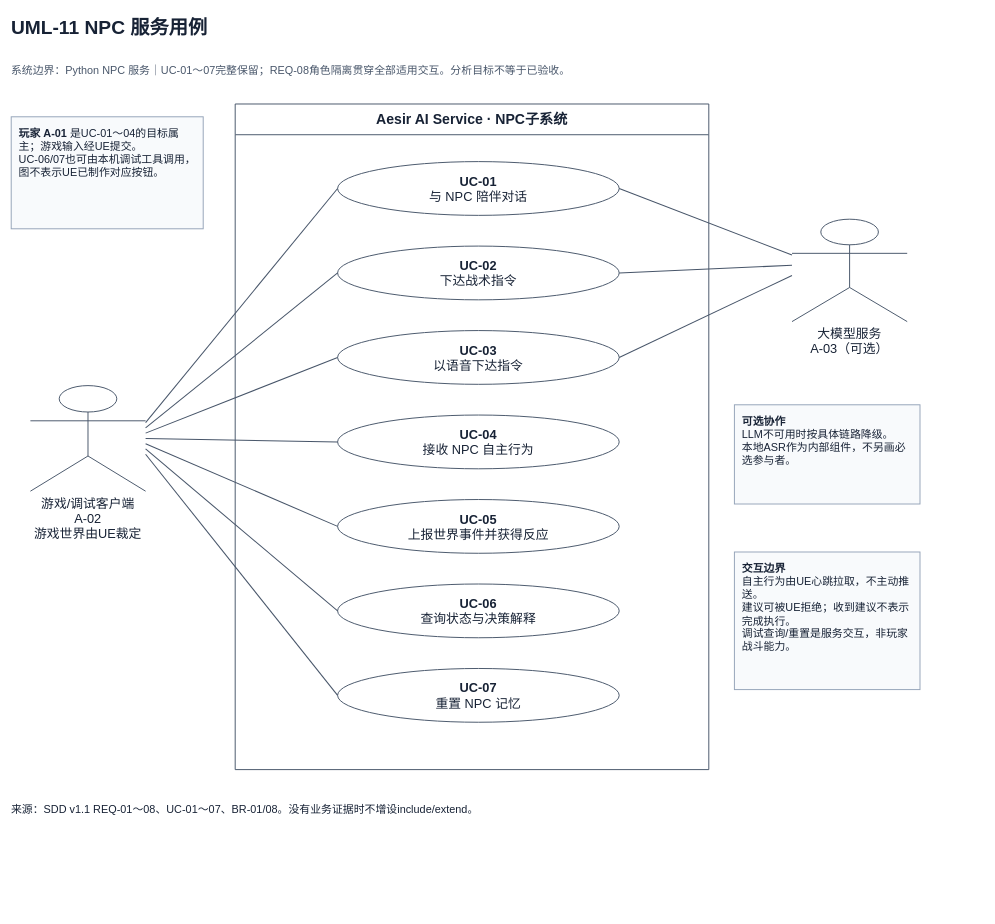
This is docs/design/uml/src/11-npc-service-use-cases.drawio from YYchainsAw/aesir-ai-service, a draw.io file, before an edit. Source tidied: cells renumbered, new cells numbered last; positions are measured from the earlier drawing's top-left corner, leaving out a move shared by most shapes. Both pictures are drawn from the tidied source at 64%, with x=0, y=0 at pixel (11, 11).
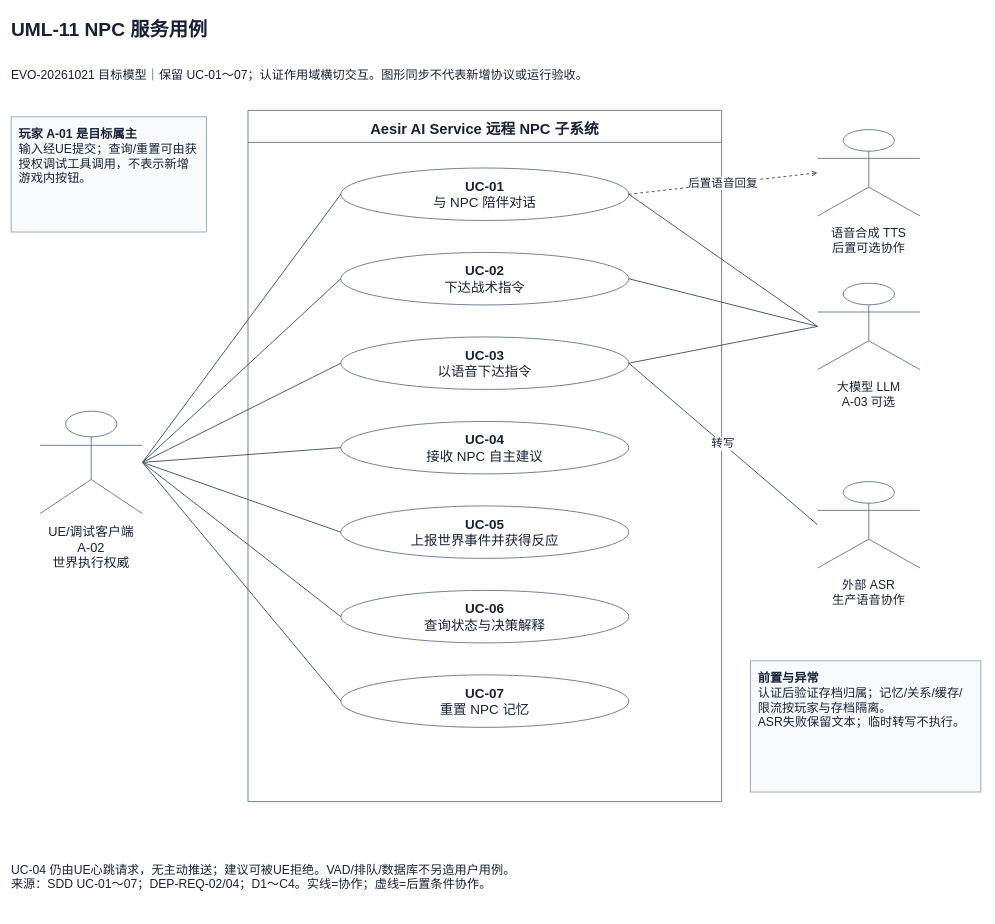
Above is the later version.

Diff of the diagram source:
```diff
@@
-    <mxCell id="2" value="UML-11  NPC 服务用例" style="html=1;whiteSpace=wrap;fontFamily=Microsoft YaHei;fontSize=18;fontColor=#172235;strokeColor=#475569;strokeWidth=1.5;text;strokeColor=none;fillColor=none;align=left;verticalAlign=middle;fontSize=30;fontColor=#172235;fontStyle=1;spacing=0;" parent="1" vertex="1">
-      <mxGeometry width="1420" height="50" as="geometry" />
+    <mxCell id="2" value="&lt;b&gt;UML-11  NPC 服务用例&lt;/b&gt;" style="fontFamily=Microsoft YaHei;fontColor=#172235;html=1;whiteSpace=wrap;fontSize=20;rounded=0;strokeColor=#64748b;strokeWidth=1.4;fillColor=#ffffff;align=left;verticalAlign=top;spacing=12;text;strokeColor=none;fillColor=none;spacing=0;fontSize=30;verticalAlign=middle;" parent="1" vertex="1">
+      <mxGeometry width="1520" height="55" as="geometry" />
     </mxCell>
-    <mxCell id="3" value="系统边界：Python NPC 服务｜UC-01～07完整保留；REQ-08角色隔离贯穿全部适用交互。分析目标不等于已验收。" style="html=1;whiteSpace=wrap;fontFamily=Microsoft YaHei;fontSize=18;fontColor=#172235;strokeColor=#475569;strokeWidth=1.5;text;strokeColor=none;fillColor=none;align=left;verticalAlign=middle;fontSize=17;fontColor=#48566a;fontStyle=0;spacing=0;" parent="1" vertex="1">
-      <mxGeometry y="60" width="1420" height="66" as="geometry" />
+    <mxCell id="3" value="EVO-20261021 目标模型｜保留 UC-01～07；认证作用域横切交互。图形同步不代表新增协议或运行验收。" style="fontFamily=Microsoft YaHei;fontColor=#172235;html=1;whiteSpace=wrap;fontSize=20;rounded=0;strokeColor=#64748b;strokeWidth=1.4;fillColor=#ffffff;align=left;verticalAlign=top;spacing=12;text;strokeColor=none;fillColor=none;spacing=0;fontSize=19;verticalAlign=middle;" parent="1" vertex="1">
+      <mxGeometry y="65" width="1520" height="72" as="geometry" />
     </mxCell>
-    <mxCell id="4" value="Aesir AI Service · NPC子系统" style="html=1;whiteSpace=wrap;fontFamily=Microsoft YaHei;fontSize=18;fontColor=#172235;strokeColor=#475569;strokeWidth=1.5;swimlane;startSize=48;horizontal=1;fillColor=#ffffff;swimlaneFillColor=#ffffff;align=center;fontStyle=1;fontSize=22;" parent="1" vertex="1">
-      <mxGeometry x="350" y="145" width="740" height="1040" as="geometry" />
+    <mxCell id="4" value="&lt;b&gt;Aesir AI Service 远程 NPC 子系统&lt;/b&gt;" style="fontFamily=Microsoft YaHei;fontColor=#172235;html=1;whiteSpace=wrap;fontSize=20;rounded=0;strokeColor=#64748b;strokeWidth=1.4;fillColor=#ffffff;align=left;verticalAlign=top;spacing=12;swimlane;startSize=50;horizontal=1;fillColor=#ffffff;swimlaneFillColor=#ffffff;align=center;fontSize=23;" parent="1" vertex="1">
+      <mxGeometry x="370" y="155" width="740" height="1080" as="geometry" />
     </mxCell>
-    <mxCell id="5" value="游戏/调试客户端&lt;br&gt;A-02&lt;br&gt;游戏世界由UE裁定" style="html=1;whiteSpace=wrap;fontFamily=Microsoft YaHei;fontSize=18;fontColor=#172235;strokeColor=#475569;strokeWidth=1.5;shape=umlActor;verticalLabelPosition=bottom;verticalAlign=top;align=center;fillColor=#ffffff;fontSize=20;" parent="1" vertex="1">
-      <mxGeometry x="30" y="585" width="180" height="165" as="geometry" />
+    <mxCell id="5" value="UE/调试客户端&lt;br&gt;A-02&lt;br&gt;世界执行权威" style="fontFamily=Microsoft YaHei;fontColor=#172235;html=1;whiteSpace=wrap;fontSize=20;rounded=0;strokeColor=#64748b;strokeWidth=1.4;fillColor=#ffffff;align=left;verticalAlign=top;spacing=12;shape=umlActor;verticalLabelPosition=bottom;verticalAlign=top;align=center;" parent="1" vertex="1">
+      <mxGeometry x="45" y="625" width="160" height="160" as="geometry" />
     </mxCell>
+    <mxCell id="7" value="&lt;b&gt;UC-01&lt;/b&gt;&lt;br&gt;与 NPC 陪伴对话" style="fontFamily=Microsoft YaHei;fontColor=#172235;html=1;whiteSpace=wrap;fontSize=20;rounded=0;strokeColor=#64748b;strokeWidth=1.4;fillColor=#ffffff;align=left;verticalAlign=top;spacing=12;ellipse;align=center;verticalAlign=middle;fontSize=21;" parent="1" vertex="1">
+      <mxGeometry x="515" y="245" width="450" height="82" as="geometry" />
+    </mxCell>
+    <mxCell id="28" style="fontFamily=Microsoft YaHei;fontColor=#172235;html=1;fontSize=18;strokeColor=#475569;strokeWidth=1.5;rounded=0;curved=0;edgeStyle=none;exitX=1;exitY=0.5;entryX=0;entryY=0.5;endArrow=none;endFill=0;labelBackgroundColor=#ffffff;" parent="1" edge="1" source="5" target="7">
+      <mxGeometry relative="1" as="geometry" />
+    </mxCell>
+    <mxCell id="10" value="&lt;b&gt;UC-02&lt;/b&gt;&lt;br&gt;下达战术指令" style="fontFamily=Microsoft YaHei;fontColor=#172235;html=1;whiteSpace=wrap;fontSize=20;rounded=0;strokeColor=#64748b;strokeWidth=1.4;fillColor=#ffffff;align=left;verticalAlign=top;spacing=12;ellipse;align=center;verticalAlign=middle;fontSize=21;" parent="1" vertex="1">
+      <mxGeometry x="515" y="377" width="450" height="82" as="geometry" />
+    </mxCell>
+    <mxCell id="8" style="fontFamily=Microsoft YaHei;fontColor=#172235;html=1;fontSize=18;strokeColor=#475569;strokeWidth=1.5;rounded=0;curved=0;edgeStyle=none;exitX=1;exitY=0.5;entryX=0;entryY=0.5;endArrow=none;endFill=0;labelBackgroundColor=#ffffff;" parent="1" edge="1" source="5" target="10">
+      <mxGeometry relative="1" as="geometry" />
+    </mxCell>
+    <mxCell id="13" value="&lt;b&gt;UC-03&lt;/b&gt;&lt;br&gt;以语音下达指令" style="fontFamily=Microsoft YaHei;fontColor=#172235;html=1;whiteSpace=wrap;fontSize=20;rounded=0;strokeColor=#64748b;strokeWidth=1.4;fillColor=#ffffff;align=left;verticalAlign=top;spacing=12;ellipse;align=center;verticalAlign=middle;fontSize=21;" parent="1" vertex="1">
+      <mxGeometry x="515" y="509" width="450" height="82" as="geometry" />
+    </mxCell>
+    <mxCell id="11" style="fontFamily=Microsoft YaHei;fontColor=#172235;html=1;fontSize=18;strokeColor=#475569;strokeWidth=1.5;rounded=0;curved=0;edgeStyle=none;exitX=1;exitY=0.5;entryX=0;entryY=0.5;endArrow=none;endFill=0;labelBackgroundColor=#ffffff;" parent="1" edge="1" source="5" target="13">
+      <mxGeometry relative="1" as="geometry" />
+    </mxCell>
+    <mxCell id="16" value="&lt;b&gt;UC-04&lt;/b&gt;&lt;br&gt;接收 NPC 自主建议" style="fontFamily=Microsoft YaHei;fontColor=#172235;html=1;whiteSpace=wrap;fontSize=20;rounded=0;strokeColor=#64748b;strokeWidth=1.4;fillColor=#ffffff;align=left;verticalAlign=top;spacing=12;ellipse;align=center;verticalAlign=middle;fontSize=21;" parent="1" vertex="1">
+      <mxGeometry x="515" y="641" width="450" height="82" as="geometry" />
+    </mxCell>
+    <mxCell id="14" style="fontFamily=Microsoft YaHei;fontColor=#172235;html=1;fontSize=18;strokeColor=#475569;strokeWidth=1.5;rounded=0;curved=0;edgeStyle=none;exitX=1;exitY=0.5;entryX=0;entryY=0.5;endArrow=none;endFill=0;labelBackgroundColor=#ffffff;" parent="1" edge="1" source="5" target="16">
+      <mxGeometry relative="1" as="geometry" />
+    </mxCell>
+    <mxCell id="18" value="&lt;b&gt;UC-05&lt;/b&gt;&lt;br&gt;上报世界事件并获得反应" style="fontFamily=Microsoft YaHei;fontColor=#172235;html=1;whiteSpace=wrap;fontSize=20;rounded=0;strokeColor=#64748b;strokeWidth=1.4;fillColor=#ffffff;align=left;verticalAlign=top;spacing=12;ellipse;align=center;verticalAlign=middle;fontSize=21;" parent="1" vertex="1">
+      <mxGeometry x="515" y="773" width="450" height="82" as="geometry" />
+    </mxCell>
+    <mxCell id="17" style="fontFamily=Microsoft YaHei;fontColor=#172235;html=1;fontSize=18;strokeColor=#475569;strokeWidth=1.5;rounded=0;curved=0;edgeStyle=none;exitX=1;exitY=0.5;entryX=0;entryY=0.5;endArrow=none;endFill=0;labelBackgroundColor=#ffffff;" parent="1" edge="1" source="5" target="18">
+      <mxGeometry relative="1" as="geometry" />
+    </mxCell>
+    <mxCell id="20" value="&lt;b&gt;UC-06&lt;/b&gt;&lt;br&gt;查询状态与决策解释" style="fontFamily=Microsoft YaHei;fontColor=#172235;html=1;whiteSpace=wrap;fontSize=20;rounded=0;strokeColor=#64748b;strokeWidth=1.4;fillColor=#ffffff;align=left;verticalAlign=top;spacing=12;ellipse;align=center;verticalAlign=middle;fontSize=21;" parent="1" vertex="1">
+      <mxGeometry x="515" y="905" width="450" height="82" as="geometry" />
+    </mxCell>
+    <mxCell id="19" style="fontFamily=Microsoft YaHei;fontColor=#172235;html=1;fontSize=18;strokeColor=#475569;strokeWidth=1.5;rounded=0;curved=0;edgeStyle=none;exitX=1;exitY=0.5;entryX=0;entryY=0.5;endArrow=none;endFill=0;labelBackgroundColor=#ffffff;" parent="1" edge="1" source="5" target="20">
+      <mxGeometry relative="1" as="geometry" />
+    </mxCell>
+    <mxCell id="22" value="&lt;b&gt;UC-07&lt;/b&gt;&lt;br&gt;重置 NPC 记忆" style="fontFamily=Microsoft YaHei;fontColor=#172235;html=1;whiteSpace=wrap;fontSize=20;rounded=0;strokeColor=#64748b;strokeWidth=1.4;fillColor=#ffffff;align=left;verticalAlign=top;spacing=12;ellipse;align=center;verticalAlign=middle;fontSize=21;" parent="1" vertex="1">
+      <mxGeometry x="515" y="1037" width="450" height="82" as="geometry" />
+    </mxCell>
+    <mxCell id="21" style="fontFamily=Microsoft YaHei;fontColor=#172235;html=1;fontSize=18;strokeColor=#475569;strokeWidth=1.5;rounded=0;curved=0;edgeStyle=none;exitX=1;exitY=0.5;entryX=0;entryY=0.5;endArrow=none;endFill=0;labelBackgroundColor=#ffffff;" parent="1" edge="1" source="5" target="22">
+      <mxGeometry relative="1" as="geometry" />
+    </mxCell>
+    <mxCell id="29" value="语音合成 TTS&lt;br&gt;后置可选协作" style="fontFamily=Microsoft YaHei;fontColor=#172235;html=1;whiteSpace=wrap;fontSize=20;rounded=0;strokeColor=#64748b;strokeWidth=1.4;fillColor=#ffffff;align=left;verticalAlign=top;spacing=12;shape=umlActor;verticalLabelPosition=bottom;verticalAlign=top;align=center;fontSize=19;" parent="1" vertex="1">
+      <mxGeometry x="1260" y="185" width="160" height="135" as="geometry" />
+    </mxCell>
-    <mxCell id="6" value="大模型服务&lt;br&gt;A-03（可选）" style="html=1;whiteSpace=wrap;fontFamily=Microsoft YaHei;fontSize=18;fontColor=#172235;strokeColor=#475569;strokeWidth=1.5;shape=umlActor;verticalLabelPosition=bottom;verticalAlign=top;align=center;fillColor=#ffffff;fontSize=20;" parent="1" vertex="1">
-      <mxGeometry x="1220" y="325" width="180" height="160" as="geometry" />
+    <mxCell id="6" value="大模型 LLM&lt;br&gt;A-03 可选" style="fontFamily=Microsoft YaHei;fontColor=#172235;html=1;whiteSpace=wrap;fontSize=20;rounded=0;strokeColor=#64748b;strokeWidth=1.4;fillColor=#ffffff;align=left;verticalAlign=top;spacing=12;shape=umlActor;verticalLabelPosition=bottom;verticalAlign=top;align=center;fontSize=19;" parent="1" vertex="1">
+      <mxGeometry x="1260" y="425" width="160" height="135" as="geometry" />
     </mxCell>
-    <mxCell id="7" value="&lt;b&gt;UC-01&lt;/b&gt;&lt;br&gt;与 NPC 陪伴对话" style="html=1;whiteSpace=wrap;fontFamily=Microsoft YaHei;fontSize=18;fontColor=#172235;strokeColor=#475569;strokeWidth=1.5;ellipse;fillColor=#ffffff;align=center;fontSize=20;" parent="4" vertex="1">
-      <mxGeometry x="160" y="90" width="440" height="84" as="geometry" />
-    </mxCell>
-    <mxCell id="8" style="html=1;rounded=0;curved=0;fontFamily=Microsoft YaHei;fontSize=17;fontColor=#172235;strokeColor=#475569;strokeWidth=1.6;endArrow=none;endFill=0;labelBackgroundColor=#ffffff;exitX=1;exitY=0.35;exitPerimeter=1;entryX=0;entryY=0.5;entryPerimeter=1;" parent="1" edge="1" source="5" target="7">
-      <mxGeometry relative="1" as="geometry" />
-    </mxCell>
+    <mxCell id="30" value="外部 ASR&lt;br&gt;生产语音协作" style="fontFamily=Microsoft YaHei;fontColor=#172235;html=1;whiteSpace=wrap;fontSize=20;rounded=0;strokeColor=#64748b;strokeWidth=1.4;fillColor=#ffffff;align=left;verticalAlign=top;spacing=12;shape=umlActor;verticalLabelPosition=bottom;verticalAlign=top;align=center;fontSize=19;" parent="1" vertex="1">
+      <mxGeometry x="1260" y="735" width="160" height="135" as="geometry" />
+    </mxCell>
+    <mxCell id="31" value="后置语音回复" style="fontFamily=Microsoft YaHei;fontColor=#172235;html=1;fontSize=18;strokeColor=#475569;strokeWidth=1.5;rounded=0;curved=0;edgeStyle=none;exitX=1;exitY=0.5;entryX=0;entryY=0.5;endArrow=open;endFill=0;labelBackgroundColor=#ffffff;dashed=1;" parent="1" edge="1" source="7" target="29">
+      <mxGeometry relative="1" as="geometry" />
+    </mxCell>
-    <mxCell id="9" style="html=1;rounded=0;curved=0;fontFamily=Microsoft YaHei;fontSize=17;fontColor=#172235;strokeColor=#475569;strokeWidth=1.6;endArrow=none;endFill=0;labelBackgroundColor=#ffffff;exitX=1;exitY=0.5;exitPerimeter=1;entryX=0;entryY=0.35;entryPerimeter=1;" parent="1" edge="1" source="7" target="6">
+    <mxCell id="9" style="fontFamily=Microsoft YaHei;fontColor=#172235;html=1;fontSize=18;strokeColor=#475569;strokeWidth=1.5;rounded=0;curved=0;edgeStyle=none;exitX=1;exitY=0.5;entryX=0;entryY=0.5;endArrow=none;endFill=0;labelBackgroundColor=#ffffff;" parent="1" edge="1" source="7" target="6">
       <mxGeometry relative="1" as="geometry" />
     </mxCell>
-    <mxCell id="10" value="&lt;b&gt;UC-02&lt;/b&gt;&lt;br&gt;下达战术指令" style="html=1;whiteSpace=wrap;fontFamily=Microsoft YaHei;fontSize=18;fontColor=#172235;strokeColor=#475569;strokeWidth=1.5;ellipse;fillColor=#ffffff;align=center;fontSize=20;" parent="4" vertex="1">
-      <mxGeometry x="160" y="222" width="440" height="84" as="geometry" />
-    </mxCell>
-    <mxCell id="11" style="html=1;rounded=0;curved=0;fontFamily=Microsoft YaHei;fontSize=17;fontColor=#172235;strokeColor=#475569;strokeWidth=1.6;endArrow=none;endFill=0;labelBackgroundColor=#ffffff;exitX=1;exitY=0.39999999999999997;exitPerimeter=1;entryX=0;entryY=0.5;entryPerimeter=1;" parent="1" edge="1" source="5" target="10">
-      <mxGeometry relative="1" as="geometry" />
-    </mxCell>
-    <mxCell id="12" style="html=1;rounded=0;curved=0;fontFamily=Microsoft YaHei;fontSize=17;fontColor=#172235;strokeColor=#475569;strokeWidth=1.6;endArrow=none;endFill=0;labelBackgroundColor=#ffffff;exitX=1;exitY=0.5;exitPerimeter=1;entryX=0;entryY=0.44999999999999996;entryPerimeter=1;" parent="1" edge="1" source="10" target="6">
+    <mxCell id="12" style="fontFamily=Microsoft YaHei;fontColor=#172235;html=1;fontSize=18;strokeColor=#475569;strokeWidth=1.5;rounded=0;curved=0;edgeStyle=none;exitX=1;exitY=0.5;entryX=0;entryY=0.5;endArrow=none;endFill=0;labelBackgroundColor=#ffffff;" parent="1" edge="1" source="10" target="6">
       <mxGeometry relative="1" as="geometry" />
     </mxCell>
-    <mxCell id="13" value="&lt;b&gt;UC-03&lt;/b&gt;&lt;br&gt;以语音下达指令" style="html=1;whiteSpace=wrap;fontFamily=Microsoft YaHei;fontSize=18;fontColor=#172235;strokeColor=#475569;strokeWidth=1.5;ellipse;fillColor=#ffffff;align=center;fontSize=20;" parent="4" vertex="1">
-      <mxGeometry x="160" y="354" width="440" height="84" as="geometry" />
-    </mxCell>
-    <mxCell id="14" style="html=1;rounded=0;curved=0;fontFamily=Microsoft YaHei;fontSize=17;fontColor=#172235;strokeColor=#475569;strokeWidth=1.6;endArrow=none;endFill=0;labelBackgroundColor=#ffffff;exitX=1;exitY=0.44999999999999996;exitPerimeter=1;entryX=0;entryY=0.5;entryPerimeter=1;" parent="1" edge="1" source="5" target="13">
-      <mxGeometry relative="1" as="geometry" />
-    </mxCell>
-    <mxCell id="15" style="html=1;rounded=0;curved=0;fontFamily=Microsoft YaHei;fontSize=17;fontColor=#172235;strokeColor=#475569;strokeWidth=1.6;endArrow=none;endFill=0;labelBackgroundColor=#ffffff;exitX=1;exitY=0.5;exitPerimeter=1;entryX=0;entryY=0.55;entryPerimeter=1;" parent="1" edge="1" source="13" target="6">
+    <mxCell id="15" style="fontFamily=Microsoft YaHei;fontColor=#172235;html=1;fontSize=18;strokeColor=#475569;strokeWidth=1.5;rounded=0;curved=0;edgeStyle=none;exitX=1;exitY=0.5;entryX=0;entryY=0.5;endArrow=none;endFill=0;labelBackgroundColor=#ffffff;" parent="1" edge="1" source="13" target="6">
       <mxGeometry relative="1" as="geometry" />
     </mxCell>
-    <mxCell id="16" value="&lt;b&gt;UC-04&lt;/b&gt;&lt;br&gt;接收 NPC 自主行为" style="html=1;whiteSpace=wrap;fontFamily=Microsoft YaHei;fontSize=18;fontColor=#172235;strokeColor=#475569;strokeWidth=1.5;ellipse;fillColor=#ffffff;align=center;fontSize=20;" parent="4" vertex="1">
-      <mxGeometry x="160" y="486" width="440" height="84" as="geometry" />
-    </mxCell>
-    <mxCell id="17" style="html=1;rounded=0;curved=0;fontFamily=Microsoft YaHei;fontSize=17;fontColor=#172235;strokeColor=#475569;strokeWidth=1.6;endArrow=none;endFill=0;labelBackgroundColor=#ffffff;exitX=1;exitY=0.5;exitPerimeter=1;entryX=0;entryY=0.5;entryPerimeter=1;" parent="1" edge="1" source="5" target="16">
-      <mxGeometry relative="1" as="geometry" />
-    </mxCell>
-    <mxCell id="18" value="&lt;b&gt;UC-05&lt;/b&gt;&lt;br&gt;上报世界事件并获得反应" style="html=1;whiteSpace=wrap;fontFamily=Microsoft YaHei;fontSize=18;fontColor=#172235;strokeColor=#475569;strokeWidth=1.5;ellipse;fillColor=#ffffff;align=center;fontSize=20;" parent="4" vertex="1">
-      <mxGeometry x="160" y="618" width="440" height="84" as="geometry" />
-    </mxCell>
-    <mxCell id="19" style="html=1;rounded=0;curved=0;fontFamily=Microsoft YaHei;fontSize=17;fontColor=#172235;strokeColor=#475569;strokeWidth=1.6;endArrow=none;endFill=0;labelBackgroundColor=#ffffff;exitX=1;exitY=0.55;exitPerimeter=1;entryX=0;entryY=0.5;entryPerimeter=1;" parent="1" edge="1" source="5" target="18">
-      <mxGeometry relative="1" as="geometry" />
-    </mxCell>
-    <mxCell id="20" value="&lt;b&gt;UC-06&lt;/b&gt;&lt;br&gt;查询状态与决策解释" style="html=1;whiteSpace=wrap;fontFamily=Microsoft YaHei;fontSize=18;fontColor=#172235;strokeColor=#475569;strokeWidth=1.5;ellipse;fillColor=#ffffff;align=center;fontSize=20;" parent="4" vertex="1">
-      <mxGeometry x="160" y="750" width="440" height="84" as="geometry" />
-    </mxCell>
-    <mxCell id="21" style="html=1;rounded=0;curved=0;fontFamily=Microsoft YaHei;fontSize=17;fontColor=#172235;strokeColor=#475569;strokeWidth=1.6;endArrow=none;endFill=0;labelBackgroundColor=#ffffff;exitX=1;exitY=0.6;exitPerimeter=1;entryX=0;entryY=0.5;entryPerimeter=1;" parent="1" edge="1" source="5" target="20">
-      <mxGeometry relative="1" as="geometry" />
-    </mxCell>
-    <mxCell id="22" value="&lt;b&gt;UC-07&lt;/b&gt;&lt;br&gt;重置 NPC 记忆" style="html=1;whiteSpace=wrap;fontFamily=Microsoft YaHei;fontSize=18;fontColor=#172235;strokeColor=#475569;strokeWidth=1.5;ellipse;fillColor=#ffffff;align=center;fontSize=20;" parent="4" vertex="1">
-      <mxGeometry x="160" y="882" width="440" height="84" as="geometry" />
-    </mxCell>
-    <mxCell id="23" style="html=1;rounded=0;curved=0;fontFamily=Microsoft YaHei;fontSize=17;fontColor=#172235;strokeColor=#475569;strokeWidth=1.6;endArrow=none;endFill=0;labelBackgroundColor=#ffffff;exitX=1;exitY=0.65;exitPerimeter=1;entryX=0;entryY=0.5;entryPerimeter=1;" parent="1" edge="1" source="5" target="22">
-      <mxGeometry relative="1" as="geometry" />
-    </mxCell>
+    <mxCell id="32" value="转写" style="fontFamily=Microsoft YaHei;fontColor=#172235;html=1;fontSize=18;strokeColor=#475569;strokeWidth=1.5;rounded=0;curved=0;edgeStyle=none;exitX=1;exitY=0.5;entryX=0;entryY=0.5;endArrow=none;endFill=0;labelBackgroundColor=#ffffff;" parent="1" edge="1" source="13" target="30">
+      <mxGeometry relative="1" as="geometry" />
+    </mxCell>
-    <mxCell id="24" value="&lt;b&gt;玩家 A-01&lt;/b&gt; 是UC-01～04的目标属主；游戏输入经UE提交。&lt;br&gt;UC-06/07也可由本机调试工具调用，图不表示UE已制作对应按钮。" style="html=1;whiteSpace=wrap;fontFamily=Microsoft YaHei;fontSize=18;fontColor=#172235;strokeColor=#475569;strokeWidth=1.5;rounded=0;fillColor=#f8fafc;strokeColor=#94a3b8;align=left;verticalAlign=top;spacing=12;fontSize=17;" parent="1" vertex="1">
-      <mxGeometry y="165" width="300" height="175" as="geometry" />
+    <mxCell id="24" value="&lt;b&gt;玩家 A-01 是目标属主&lt;/b&gt;&lt;br&gt;输入经UE提交；查询/重置可由获授权调试工具调用，不表示新增游戏内按钮。" style="fontFamily=Microsoft YaHei;fontColor=#172235;html=1;whiteSpace=wrap;fontSize=20;rounded=0;strokeColor=#64748b;strokeWidth=1.4;fillColor=#ffffff;align=left;verticalAlign=top;spacing=12;fillColor=#f8fafc;strokeColor=#94a3b8;fontSize=19;" parent="1" vertex="1">
+      <mxGeometry y="165" width="305" height="180" as="geometry" />
     </mxCell>
-    <mxCell id="25" value="&lt;b&gt;可选协作&lt;/b&gt;&lt;br&gt;LLM不可用时按具体链路降级。&lt;br&gt;本地ASR作为内部组件，不另画必选参与者。" style="html=1;whiteSpace=wrap;fontFamily=Microsoft YaHei;fontSize=18;fontColor=#172235;strokeColor=#475569;strokeWidth=1.5;rounded=0;fillColor=#f8fafc;strokeColor=#94a3b8;align=left;verticalAlign=top;spacing=12;fontSize=17;" parent="1" vertex="1">
-      <mxGeometry x="1130" y="615" width="290" height="155" as="geometry" />
-    </mxCell>
-    <mxCell id="26" value="&lt;b&gt;交互边界&lt;/b&gt;&lt;br&gt;自主行为由UE心跳拉取，不主动推送。&lt;br&gt;建议可被UE拒绝；收到建议不表示完成执行。&lt;br&gt;调试查询/重置是服务交互，非玩家战斗能力。" style="html=1;whiteSpace=wrap;fontFamily=Microsoft YaHei;fontSize=18;fontColor=#172235;strokeColor=#475569;strokeWidth=1.5;rounded=0;fillColor=#f8fafc;strokeColor=#94a3b8;align=left;verticalAlign=top;spacing=12;fontSize=17;" parent="1" vertex="1">
-      <mxGeometry x="1130" y="845" width="290" height="215" as="geometry" />
+    <mxCell id="26" value="&lt;b&gt;前置与异常&lt;/b&gt;&lt;br&gt;认证后验证存档归属；记忆/关系/缓存/限流按玩家与存档隔离。&lt;br&gt;ASR失败保留文本；临时转写不执行。" style="fontFamily=Microsoft YaHei;fontColor=#172235;html=1;whiteSpace=wrap;fontSize=20;rounded=0;strokeColor=#64748b;strokeWidth=1.4;fillColor=#ffffff;align=left;verticalAlign=top;spacing=12;fillColor=#f8fafc;strokeColor=#94a3b8;fontSize=19;" parent="1" vertex="1">
+      <mxGeometry x="1155" y="1015" width="360" height="205" as="geometry" />
     </mxCell>
-    <mxCell id="27" value="来源：SDD v1.1 REQ-01～08、UC-01～07、BR-01/08。没有业务证据时不增设include/extend。" style="html=1;whiteSpace=wrap;fontFamily=Microsoft YaHei;fontSize=18;fontColor=#172235;strokeColor=#475569;strokeWidth=1.5;text;strokeColor=none;fillColor=none;align=left;verticalAlign=middle;fontSize=17;fontColor=#172235;fontStyle=0;spacing=0;" parent="1" vertex="1">
-      <mxGeometry y="1225" width="1420" height="45" as="geometry" />
+    <mxCell id="27" value="UC-04 仍由UE心跳请求，无主动推送；建议可被UE拒绝。VAD/排队/数据库不另造用户用例。&lt;br&gt;来源：SDD UC-01～07；DEP-REQ-02/04；D1～C4。实线=协作；虚线=后置条件协作。" style="fontFamily=Microsoft YaHei;fontColor=#172235;html=1;whiteSpace=wrap;fontSize=20;rounded=0;strokeColor=#64748b;strokeWidth=1.4;fillColor=#ffffff;align=left;verticalAlign=top;spacing=12;text;strokeColor=none;fillColor=none;spacing=0;fontSize=19;verticalAlign=middle;" parent="1" vertex="1">
+      <mxGeometry y="1295" width="1510" height="115" as="geometry" />
     </mxCell>
```
